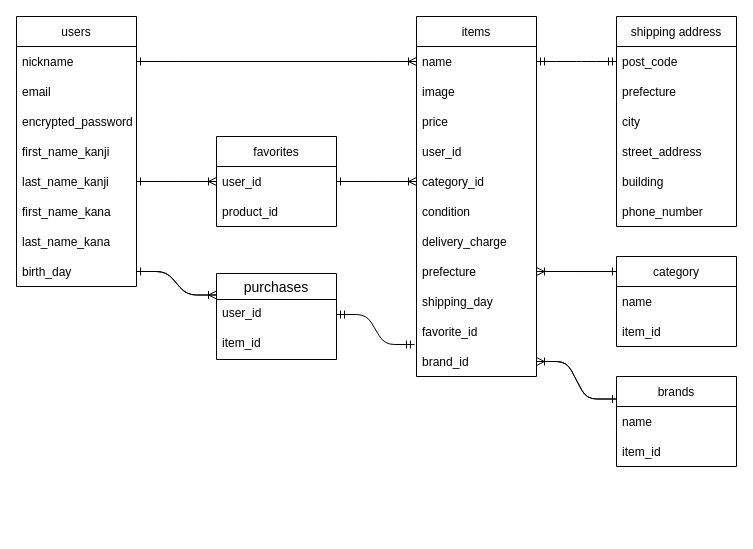
hachiko38101/furima-38101 keeps this draw.io diagram as ER.dio. Above is the earlier version. Source tidied: cells renumbered, new cells numbered last; positions are measured from the earlier drawing's top-left corner, leaving out a move shared by most shapes. Both pictures are drawn from the tidied source at 100%, with x=0, y=0 at pixel (16, 16).
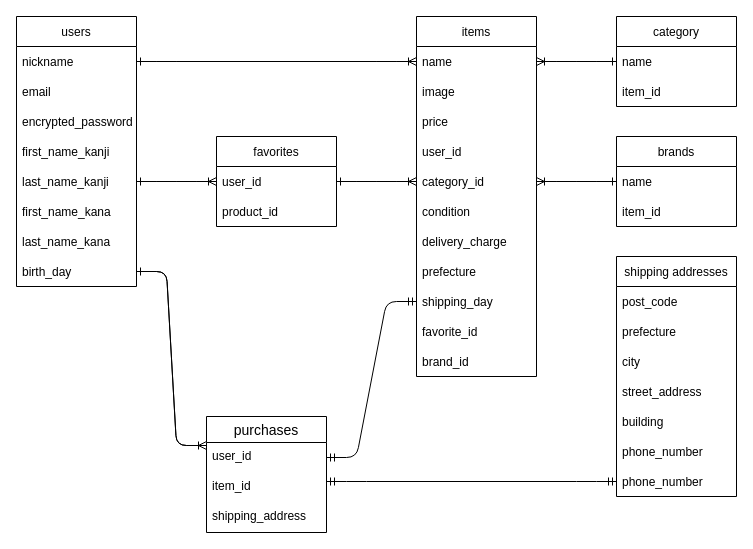
The same page after the edit.

Commit message (it also covers changes not shown here):
ER図と READMEの修正

Unchanged cells that the change refers to:
```xml
<mxCell id="12" value="name" style="text;strokeColor=none;fillColor=none;align=left;verticalAlign=middle;spacingLeft=4;spacingRight=4;overflow=hidden;points=[[0,0.5],[1,0.5]];portConstraint=eastwest;" parent="11" vertex="1">
  <mxGeometry y="30" width="120" height="30" as="geometry" />
</mxCell>
<mxCell id="16" value="category_id" style="text;strokeColor=none;fillColor=none;align=left;verticalAlign=middle;spacingLeft=4;spacingRight=4;overflow=hidden;points=[[0,0.5],[1,0.5]];portConstraint=eastwest;" parent="11" vertex="1">
  <mxGeometry y="150" width="120" height="30" as="geometry" />
</mxCell>
<mxCell id="19" value="prefecture" style="text;strokeColor=none;fillColor=none;align=left;verticalAlign=middle;spacingLeft=4;spacingRight=4;overflow=hidden;points=[[0,0.5],[1,0.5]];portConstraint=eastwest;" parent="11" vertex="1">
  <mxGeometry y="240" width="120" height="30" as="geometry" />
</mxCell>
<mxCell id="20" value="shipping_day" style="text;strokeColor=none;fillColor=none;align=left;verticalAlign=middle;spacingLeft=4;spacingRight=4;overflow=hidden;points=[[0,0.5],[1,0.5]];portConstraint=eastwest;" parent="11" vertex="1">
  <mxGeometry y="270" width="120" height="30" as="geometry" />
</mxCell>
<mxCell id="22" value="brand_id" style="text;strokeColor=none;fillColor=none;align=left;verticalAlign=middle;spacingLeft=4;spacingRight=4;overflow=hidden;points=[[0,0.5],[1,0.5]];portConstraint=eastwest;" parent="11" vertex="1">
  <mxGeometry y="330" width="120" height="30" as="geometry" />
</mxCell>
<mxCell id="27" value="post_code" style="text;strokeColor=none;fillColor=none;align=left;verticalAlign=middle;spacingLeft=4;spacingRight=4;overflow=hidden;points=[[0,0.5],[1,0.5]];portConstraint=eastwest;" parent="26" vertex="1">
  <mxGeometry y="30" width="120" height="30" as="geometry" />
</mxCell>
<mxCell id="37" value="user_id" style="text;strokeColor=none;fillColor=none;spacingLeft=4;spacingRight=4;overflow=hidden;points=[[0,0.5],[1,0.5]];portConstraint=eastwest;fontSize=12;" parent="36" vertex="1">
  <mxGeometry y="26" width="120" height="30" as="geometry" />
</mxCell>
<mxCell id="42" value="name" style="text;strokeColor=none;fillColor=none;align=left;verticalAlign=middle;spacingLeft=4;spacingRight=4;overflow=hidden;points=[[0,0.5],[1,0.5]];portConstraint=eastwest;" parent="41" vertex="1">
  <mxGeometry y="30" width="120" height="30" as="geometry" />
</mxCell>
<mxCell id="46" value="name" style="text;strokeColor=none;fillColor=none;align=left;verticalAlign=middle;spacingLeft=4;spacingRight=4;overflow=hidden;points=[[0,0.5],[1,0.5]];portConstraint=eastwest;" parent="45" vertex="1">
  <mxGeometry y="30" width="120" height="30" as="geometry" />
</mxCell>
```

Change to the diagram source:
```diff
@@
-    <mxCell id="26" value="shipping address" style="swimlane;fontStyle=0;horizontal=1;startSize=30;" parent="1" vertex="1">
-      <mxGeometry x="600" width="120" height="210" as="geometry" />
+    <mxCell id="26" value="shipping addresses" style="swimlane;fontStyle=0;horizontal=1;startSize=30;" parent="1" vertex="1">
+      <mxGeometry x="600" y="240" width="120" height="240" as="geometry" />
     </mxCell>
@@
+    <mxCell id="56" value="phone_number" style="text;strokeColor=none;fillColor=none;align=left;verticalAlign=middle;spacingLeft=4;spacingRight=4;overflow=hidden;" parent="26" vertex="1">
+      <mxGeometry y="180" width="120" height="30" as="geometry" />
+    </mxCell>
     <mxCell id="32" value="phone_number" style="text;strokeColor=none;fillColor=none;align=left;verticalAlign=middle;spacingLeft=4;spacingRight=4;overflow=hidden;points=[[0,0.5],[1,0.5]];portConstraint=eastwest;" parent="26" vertex="1">
-      <mxGeometry y="180" width="120" height="30" as="geometry" />
+      <mxGeometry y="210" width="120" height="30" as="geometry" />
     </mxCell>
@@
-    <mxCell id="35" style="edgeStyle=entityRelationEdgeStyle;fontSize=12;html=1;endArrow=ERmandOne;startArrow=ERmandOne;entryX=0;entryY=0.5;entryDx=0;entryDy=0;exitX=1;exitY=0.5;exitDx=0;exitDy=0;" parent="1" edge="1" source="12" target="27">
+    <mxCell id="35" style="edgeStyle=entityRelationEdgeStyle;fontSize=12;html=1;endArrow=ERmandOne;startArrow=ERmandOne;exitX=0;exitY=0.5;exitDx=0;exitDy=0;" parent="1" edge="1" source="20" target="37">
       <mxGeometry relative="1" as="geometry" />
     </mxCell>
     <mxCell id="36" value="purchases" style="swimlane;fontStyle=0;horizontal=1;startSize=26;align=center;fontSize=14;" parent="1" vertex="1">
-      <mxGeometry x="200" y="257" width="120" height="86" as="geometry" />
+      <mxGeometry x="190" y="400" width="120" height="116" as="geometry" />
     </mxCell>
@@
+    <mxCell id="57" value="item_id" style="text;strokeColor=none;fillColor=none;spacingLeft=4;spacingRight=4;overflow=hidden;fontSize=12;" parent="36" vertex="1">
+      <mxGeometry y="56" width="120" height="30" as="geometry" />
+    </mxCell>
-    <mxCell id="38" value="item_id" style="text;strokeColor=none;fillColor=none;spacingLeft=4;spacingRight=4;overflow=hidden;fontSize=12;" parent="36" vertex="1">
-      <mxGeometry y="56" width="120" height="30" as="geometry" />
+    <mxCell id="38" value="shipping_address" style="text;strokeColor=none;fillColor=none;spacingLeft=4;spacingRight=4;overflow=hidden;fontSize=12;" parent="36" vertex="1">
+      <mxGeometry y="86" width="120" height="30" as="geometry" />
     </mxCell>
-    <mxCell id="39" style="edgeStyle=entityRelationEdgeStyle;fontSize=12;html=1;endArrow=ERmandOne;startArrow=ERmandOne;entryX=1;entryY=0.5;entryDx=0;entryDy=0;exitX=-0.017;exitY=-0.067;exitDx=0;exitDy=0;exitPerimeter=0;" parent="1" edge="1" source="22" target="37">
-      <mxGeometry relative="1" as="geometry" />
-    </mxCell>
@@
     <mxCell id="41" value="category" style="swimlane;fontStyle=0;horizontal=1;startSize=30;" parent="1" vertex="1">
-      <mxGeometry x="600" y="240" width="120" height="90" as="geometry" />
+      <mxGeometry x="600" width="120" height="90" as="geometry" />
     </mxCell>
@@
-    <mxCell id="44" style="edgeStyle=entityRelationEdgeStyle;fontSize=12;html=1;endArrow=ERoneToMany;entryX=1;entryY=0.5;entryDx=0;entryDy=0;exitX=0;exitY=0.167;exitDx=0;exitDy=0;exitPerimeter=0;" parent="1" edge="1" source="41" target="19">
+    <mxCell id="44" style="edgeStyle=entityRelationEdgeStyle;fontSize=12;html=1;endArrow=ERoneToMany;entryX=1;entryY=0.5;entryDx=0;entryDy=0;exitX=0;exitY=0.5;exitDx=0;exitDy=0;" parent="1" edge="1" source="42" target="12">
       <mxGeometry relative="1" as="geometry" />
     </mxCell>
     <mxCell id="45" value="brands" style="swimlane;fontStyle=0;horizontal=1;startSize=30;" parent="1" vertex="1">
-      <mxGeometry x="600" y="360" width="120" height="90" as="geometry" />
+      <mxGeometry x="600" y="120" width="120" height="90" as="geometry" />
     </mxCell>
@@
-    <mxCell id="48" style="edgeStyle=entityRelationEdgeStyle;fontSize=12;html=1;endArrow=ERoneToMany;entryX=1;entryY=0.5;entryDx=0;entryDy=0;exitX=0;exitY=0.25;exitDx=0;exitDy=0;" parent="1" edge="1" source="45" target="22">
+    <mxCell id="48" style="edgeStyle=entityRelationEdgeStyle;fontSize=12;html=1;endArrow=ERoneToMany;entryX=1;entryY=0.5;entryDx=0;entryDy=0;exitX=0;exitY=0.5;exitDx=0;exitDy=0;" parent="1" edge="1" source="46" target="16">
       <mxGeometry relative="1" as="geometry" />
     </mxCell>
@@
-    <mxCell id="53" style="edgeStyle=entityRelationEdgeStyle;fontSize=12;html=1;endArrow=ERone;endFill=1;exitX=1;exitY=0.5;exitDx=0;exitDy=0;" parent="1" edge="1" source="19">
-      <mxGeometry relative="1" as="geometry">
-        <mxPoint x="600" y="255" as="targetPoint" />
-      </mxGeometry>
+    <mxCell id="53" style="edgeStyle=entityRelationEdgeStyle;fontSize=12;html=1;endArrow=ERone;endFill=1;exitX=1;exitY=0.5;exitDx=0;exitDy=0;entryX=0;entryY=0.5;entryDx=0;entryDy=0;" parent="1" edge="1" source="12" target="42">
+      <mxGeometry relative="1" as="geometry" />
     </mxCell>
-    <mxCell id="54" style="edgeStyle=entityRelationEdgeStyle;fontSize=12;html=1;endArrow=ERone;endFill=1;entryX=0;entryY=0.25;entryDx=0;entryDy=0;exitX=1;exitY=0.5;exitDx=0;exitDy=0;" parent="1" edge="1" source="22" target="45">
+    <mxCell id="54" style="edgeStyle=entityRelationEdgeStyle;fontSize=12;html=1;endArrow=ERone;endFill=1;entryX=0;entryY=0.5;entryDx=0;entryDy=0;exitX=1;exitY=0.5;exitDx=0;exitDy=0;" parent="1" edge="1" source="16" target="46">
       <mxGeometry relative="1" as="geometry" />
     </mxCell>
@@
+    <mxCell id="58" style="edgeStyle=entityRelationEdgeStyle;fontSize=12;html=1;endArrow=ERmandOne;startArrow=ERmandOne;entryX=0;entryY=0.5;entryDx=0;entryDy=0;" parent="1" edge="1" target="32">
+      <mxGeometry relative="1" as="geometry">
+        <mxPoint x="310" y="465" as="sourcePoint" />
+      </mxGeometry>
+    </mxCell>
```
